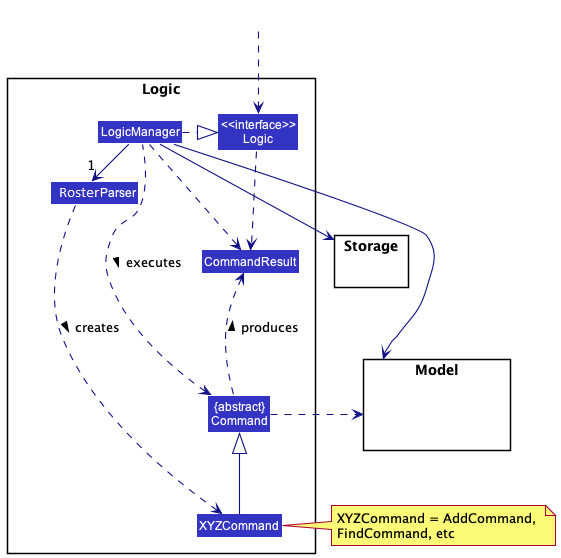
nus-cs2103-AY2223S2/tp keeps this PlantUML diagram as docs/images/LogicClassDiagram.png. Above is the earlier version.
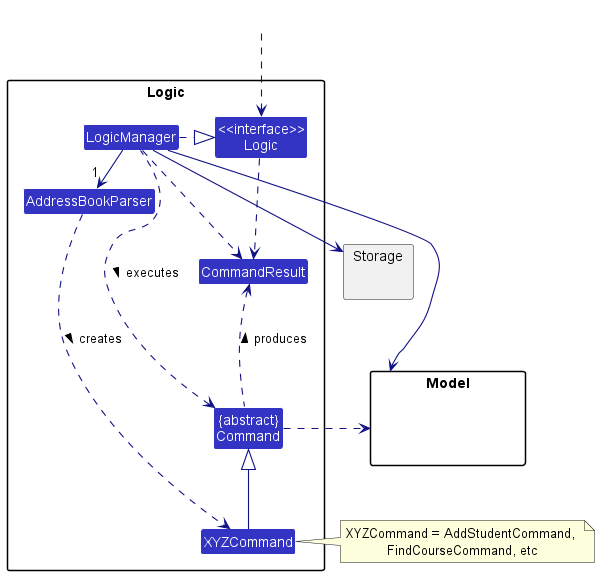
The same file after the commit.

Commit message:
Fix DG logic class

The edit, as a diff of the source:
```diff
@@ -38,7 +38,7 @@
 Storage --[hidden] Model
 Command .[hidden]up.> Storage
 Command .right.> Model
-note right of XYZCommand: XYZCommand = AddCommand, \nFindCommand, etc
+note right of XYZCommand: XYZCommand = AddStudentCommand, \nFindCourseCommand, etc
 
 Logic ..> CommandResult
 LogicManager .down.> CommandResult
```
